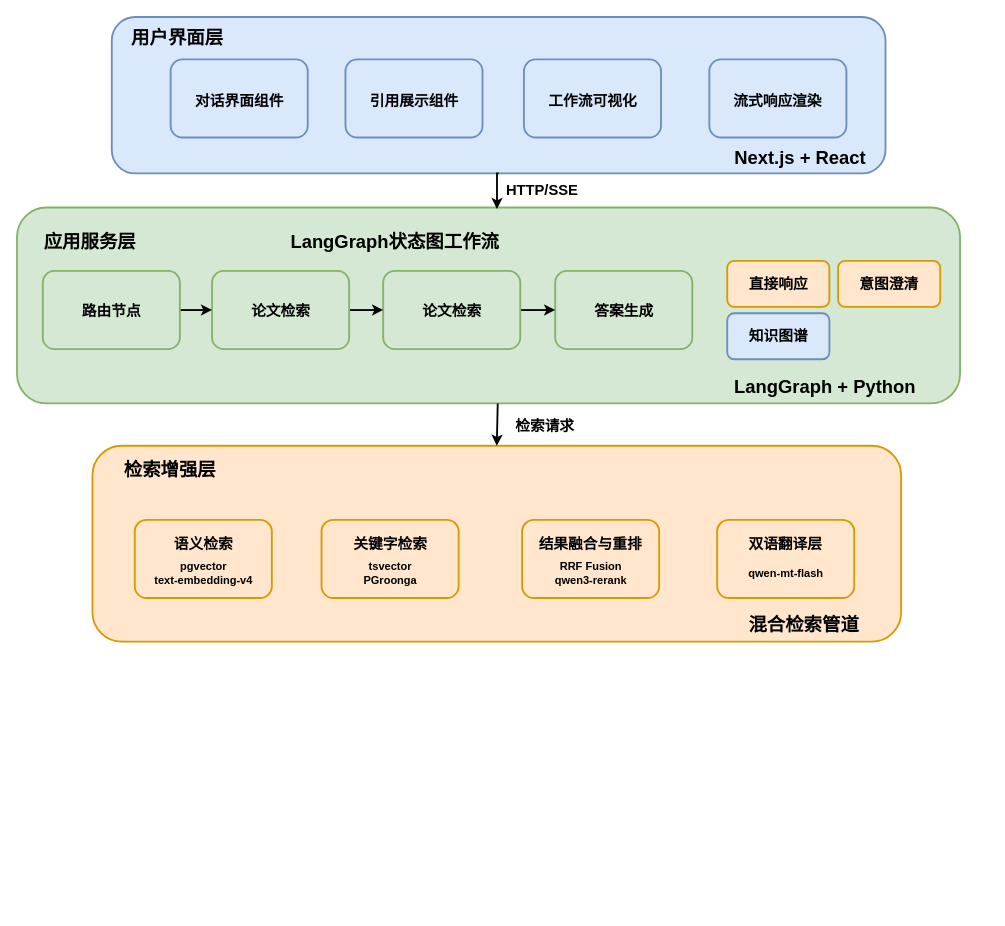
Before: diagrams/overall_system_architecture.drawio in real-jiakai/draw, a draw.io diagram. Source tidied: cells renumbered, new cells numbered last; positions are measured from the earlier drawing's top-left corner, leaving out a move shared by most shapes. Both pictures are drawn from the tidied source at 92%, with x=0, y=0 at pixel (17, 17).
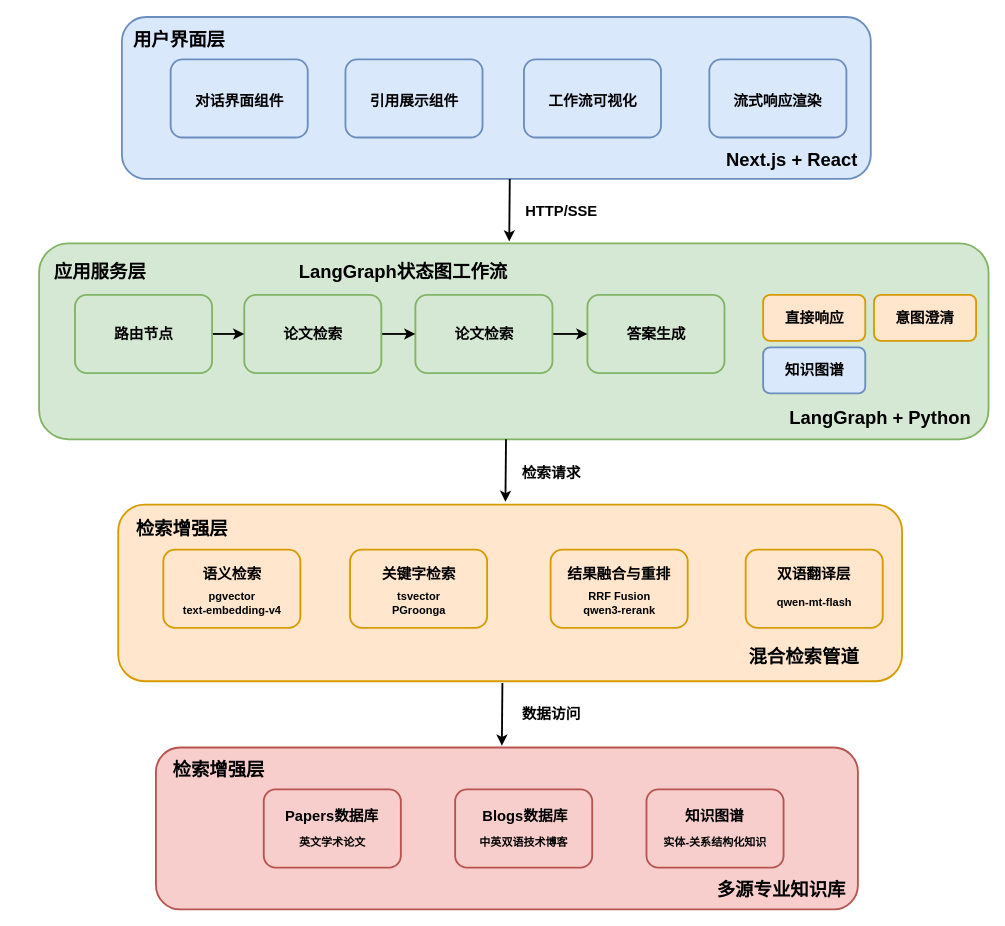
Above is the later version.

The edit, as a diff of the source:
```diff
@@
+    <mxCell id="53" style="rounded=1;whiteSpace=wrap;html=1;fillColor=#f8cecc;strokeColor=#b85450;strokeWidth=2;" parent="1" vertex="1">
+      <mxGeometry x="151" y="794" width="763" height="176" as="geometry" />
+    </mxCell>
+    <mxCell id="54" style="rounded=1;whiteSpace=wrap;html=1;strokeWidth=2;fillColor=#f8cecc;strokeColor=#b85450;" parent="1" vertex="1">
+      <mxGeometry x="684.2" y="839.5" width="149" height="85" as="geometry" />
+    </mxCell>
+    <mxCell id="55" style="rounded=1;whiteSpace=wrap;html=1;strokeWidth=2;fillColor=#f8cecc;strokeColor=#b85450;" parent="1" vertex="1">
+      <mxGeometry x="476.2" y="839.5" width="149" height="85" as="geometry" />
+    </mxCell>
     <mxCell id="2" style="rounded=1;whiteSpace=wrap;html=1;fillColor=#ffe6cc;strokeColor=#d79b00;strokeWidth=2;" parent="1" vertex="1">
-      <mxGeometry x="82" y="466" width="879" height="213" as="geometry" />
+      <mxGeometry x="110" y="530" width="852" height="192" as="geometry" />
     </mxCell>
     <mxCell id="3" style="rounded=1;whiteSpace=wrap;html=1;fillColor=#d5e8d4;strokeColor=#82b366;strokeWidth=2;" parent="1" vertex="1">
-      <mxGeometry y="207" width="1025" height="213" as="geometry" />
+      <mxGeometry x="24" y="246" width="1032" height="213" as="geometry" />
     </mxCell>
     <mxCell id="4" style="rounded=1;whiteSpace=wrap;html=1;strokeWidth=2;fillColor=#dae8fc;strokeColor=#6c8ebf;" parent="1" vertex="1">
-      <mxGeometry x="772" y="322" width="111" height="50" as="geometry" />
+      <mxGeometry x="811" y="359" width="111" height="50" as="geometry" />
     </mxCell>
     <mxCell id="5" style="rounded=1;whiteSpace=wrap;html=1;strokeWidth=2;fillColor=#ffe6cc;strokeColor=#d79b00;" parent="1" vertex="1">
-      <mxGeometry x="772" y="265" width="111" height="50" as="geometry" />
+      <mxGeometry x="811" y="302" width="111" height="50" as="geometry" />
     </mxCell>
     <mxCell id="6" style="rounded=1;whiteSpace=wrap;html=1;strokeWidth=2;fillColor=#ffe6cc;strokeColor=#d79b00;" parent="1" vertex="1">
-      <mxGeometry x="892.5" y="265" width="111" height="50" as="geometry" />
+      <mxGeometry x="931.5" y="302" width="111" height="50" as="geometry" />
     </mxCell>
     <mxCell id="7" style="rounded=1;whiteSpace=wrap;html=1;strokeWidth=2;fillColor=#d5e8d4;strokeColor=#82b366;" parent="1" vertex="1">
-      <mxGeometry x="585" y="276" width="149" height="85" as="geometry" />
+      <mxGeometry x="620" y="302" width="149" height="85" as="geometry" />
     </mxCell>
@@
     <mxCell id="9" style="rounded=1;whiteSpace=wrap;html=1;strokeWidth=2;fillColor=#d5e8d4;strokeColor=#82b366;" parent="1" vertex="1">
-      <mxGeometry x="398" y="276" width="149" height="85" as="geometry" />
+      <mxGeometry x="433" y="302" width="149" height="85" as="geometry" />
     </mxCell>
@@
     <mxCell id="11" style="rounded=1;whiteSpace=wrap;html=1;strokeWidth=2;fillColor=#d5e8d4;strokeColor=#82b366;" parent="1" vertex="1">
-      <mxGeometry x="212" y="276" width="149" height="85" as="geometry" />
+      <mxGeometry x="247" y="302" width="149" height="85" as="geometry" />
     </mxCell>
     <mxCell id="12" style="rounded=1;whiteSpace=wrap;html=1;fillColor=#dae8fc;strokeColor=#6c8ebf;strokeWidth=2;" parent="1" vertex="1">
-      <mxGeometry x="103" width="841" height="170" as="geometry" />
+      <mxGeometry x="114" width="814" height="176" as="geometry" />
     </mxCell>
@@
     <mxCell id="21" value="&lt;font style=&quot;font-size: 20px;&quot;&gt;&lt;b&gt;用户界面层&lt;/b&gt;&lt;/font&gt;" style="text;html=1;whiteSpace=wrap;strokeColor=none;fillColor=none;align=center;verticalAlign=middle;rounded=0;" parent="1" vertex="1">
-      <mxGeometry x="123" y="7" width="103" height="30" as="geometry" />
+      <mxGeometry x="125" y="9" width="103" height="30" as="geometry" />
     </mxCell>
     <mxCell id="22" value="&lt;span style=&quot;font-size: 20px;&quot;&gt;&lt;b&gt;Next.js + React&lt;/b&gt;&lt;/span&gt;" style="text;html=1;whiteSpace=wrap;strokeColor=none;fillColor=none;align=center;verticalAlign=middle;rounded=0;" parent="1" vertex="1">
-      <mxGeometry x="772" y="137" width="159" height="30" as="geometry" />
+      <mxGeometry x="763" y="139" width="159" height="30" as="geometry" />
     </mxCell>
@@
     <mxCell id="24" style="rounded=1;whiteSpace=wrap;html=1;strokeWidth=2;fillColor=#d5e8d4;strokeColor=#82b366;" parent="1" vertex="1">
-      <mxGeometry x="28" y="276" width="149" height="85" as="geometry" />
+      <mxGeometry x="63" y="302" width="149" height="85" as="geometry" />
     </mxCell>
     <mxCell id="25" value="&lt;span style=&quot;font-size: 16px;&quot;&gt;&lt;b&gt;路由节点&lt;/b&gt;&lt;/span&gt;" style="text;html=1;whiteSpace=wrap;strokeColor=none;fillColor=none;align=center;verticalAlign=middle;rounded=0;" parent="1" vertex="1">
-      <mxGeometry x="52.5" y="303.5" width="100" height="30" as="geometry" />
+      <mxGeometry x="87.5" y="329.5" width="100" height="30" as="geometry" />
     </mxCell>
     <mxCell id="26" value="&lt;span style=&quot;font-size: 16px;&quot;&gt;&lt;b&gt;论文检索&lt;/b&gt;&lt;/span&gt;" style="text;html=1;whiteSpace=wrap;strokeColor=none;fillColor=none;align=center;verticalAlign=middle;rounded=0;" parent="1" vertex="1">
-      <mxGeometry x="236.5" y="303.5" width="100" height="30" as="geometry" />
+      <mxGeometry x="271.5" y="329.5" width="100" height="30" as="geometry" />
     </mxCell>
     <mxCell id="27" value="&lt;span style=&quot;font-size: 16px;&quot;&gt;&lt;b&gt;论文检索&lt;/b&gt;&lt;/span&gt;" style="text;html=1;whiteSpace=wrap;strokeColor=none;fillColor=none;align=center;verticalAlign=middle;rounded=0;" parent="1" vertex="1">
-      <mxGeometry x="422.5" y="303.5" width="100" height="30" as="geometry" />
+      <mxGeometry x="457.5" y="329.5" width="100" height="30" as="geometry" />
     </mxCell>
     <mxCell id="28" value="&lt;span style=&quot;font-size: 16px;&quot;&gt;&lt;b&gt;答案生成&lt;/b&gt;&lt;/span&gt;" style="text;html=1;whiteSpace=wrap;strokeColor=none;fillColor=none;align=center;verticalAlign=middle;rounded=0;" parent="1" vertex="1">
-      <mxGeometry x="609.5" y="303.5" width="100" height="30" as="geometry" />
+      <mxGeometry x="644.5" y="329.5" width="100" height="30" as="geometry" />
     </mxCell>
     <mxCell id="29" value="&lt;span style=&quot;font-size: 16px;&quot;&gt;&lt;b&gt;直接响应&lt;/b&gt;&lt;/span&gt;" style="text;html=1;whiteSpace=wrap;strokeColor=none;fillColor=none;align=center;verticalAlign=middle;rounded=0;" parent="1" vertex="1">
-      <mxGeometry x="777.5" y="275" width="100" height="30" as="geometry" />
+      <mxGeometry x="816.5" y="312" width="100" height="30" as="geometry" />
     </mxCell>
     <mxCell id="30" value="&lt;span style=&quot;font-size: 16px;&quot;&gt;&lt;b&gt;意图澄清&lt;/b&gt;&lt;/span&gt;" style="text;html=1;whiteSpace=wrap;strokeColor=none;fillColor=none;align=center;verticalAlign=middle;rounded=0;" parent="1" vertex="1">
-      <mxGeometry x="898" y="275" width="100" height="30" as="geometry" />
+      <mxGeometry x="937" y="312" width="100" height="30" as="geometry" />
     </mxCell>
     <mxCell id="31" value="&lt;span style=&quot;font-size: 16px;&quot;&gt;&lt;b&gt;知识图谱&lt;/b&gt;&lt;/span&gt;" style="text;html=1;whiteSpace=wrap;strokeColor=none;fillColor=none;align=center;verticalAlign=middle;rounded=0;" parent="1" vertex="1">
-      <mxGeometry x="777.5" y="332" width="100" height="30" as="geometry" />
+      <mxGeometry x="816.5" y="369" width="100" height="30" as="geometry" />
     </mxCell>
     <mxCell id="32" value="&lt;span style=&quot;font-size: 20px;&quot;&gt;&lt;b&gt;应用服务层&lt;/b&gt;&lt;/span&gt;" style="text;html=1;whiteSpace=wrap;strokeColor=none;fillColor=none;align=center;verticalAlign=middle;rounded=0;" parent="1" vertex="1">
-      <mxGeometry x="28" y="229" width="103" height="30" as="geometry" />
+      <mxGeometry x="38.8" y="261" width="103" height="30" as="geometry" />
     </mxCell>
     <mxCell id="33" value="&lt;span style=&quot;font-size: 20px;&quot;&gt;&lt;b&gt;LangGraph + Python&lt;/b&gt;&lt;/span&gt;" style="text;html=1;whiteSpace=wrap;strokeColor=none;fillColor=none;align=center;verticalAlign=middle;rounded=0;" parent="1" vertex="1">
-      <mxGeometry x="777.5" y="386" width="201" height="30" as="geometry" />
+      <mxGeometry x="838" y="420" width="201" height="30" as="geometry" />
     </mxCell>
-    <mxCell id="34" style="edgeStyle=orthogonalEdgeStyle;rounded=0;jettySize=auto;html=1;exitX=0.5;exitY=1;exitDx=0;exitDy=0;entryX=0.509;entryY=0.008;entryDx=0;entryDy=0;entryPerimeter=0;strokeWidth=2;" parent="1" edge="1" source="12" target="3">
-      <mxGeometry relative="1" as="geometry" />
-    </mxCell>
     <mxCell id="35" value="&lt;b&gt;&lt;font style=&quot;font-size: 16px;&quot;&gt;HTTP/SSE&lt;/font&gt;&lt;/b&gt;" style="text;html=1;whiteSpace=wrap;strokeColor=none;fillColor=none;align=center;verticalAlign=middle;rounded=0;" parent="1" vertex="1">
-      <mxGeometry x="527" y="173" width="88" height="30" as="geometry" />
+      <mxGeometry x="548" y="196" width="88" height="30" as="geometry" />
     </mxCell>
     <mxCell id="36" value="&lt;b style=&quot;&quot;&gt;&lt;font style=&quot;font-size: 20px;&quot;&gt;LangGraph状态图工作流&lt;/font&gt;&lt;/b&gt;" style="text;html=1;whiteSpace=wrap;strokeColor=none;fillColor=none;align=center;verticalAlign=middle;rounded=0;" parent="1" vertex="1">
-      <mxGeometry x="295" y="229" width="232" height="30" as="geometry" />
+      <mxGeometry x="304" y="261" width="232" height="30" as="geometry" />
     </mxCell>
     <mxCell id="37" style="rounded=1;whiteSpace=wrap;html=1;strokeWidth=2;fillColor=#ffe6cc;strokeColor=#d79b00;" parent="1" vertex="1">
-      <mxGeometry x="128" y="546.5" width="149" height="85" as="geometry" />
+      <mxGeometry x="159" y="579" width="149" height="85" as="geometry" />
     </mxCell>
     <mxCell id="38" value="&lt;span style=&quot;font-size: 16px;&quot;&gt;&lt;b&gt;语义检索&lt;/b&gt;&lt;/span&gt;" style="text;html=1;whiteSpace=wrap;strokeColor=none;fillColor=none;align=center;verticalAlign=middle;rounded=0;" parent="1" vertex="1">
-      <mxGeometry x="152.5" y="557.5" width="100" height="30" as="geometry" />
+      <mxGeometry x="183.5" y="590" width="100" height="30" as="geometry" />
     </mxCell>
     <mxCell id="39" value="&lt;b&gt;pgvector&lt;/b&gt;&lt;div&gt;&lt;b&gt;text-embedding-v4&lt;/b&gt;&lt;/div&gt;" style="text;html=1;whiteSpace=wrap;strokeColor=none;fillColor=none;align=center;verticalAlign=middle;rounded=0;" parent="1" vertex="1">
-      <mxGeometry x="139.8" y="589.5" width="125.5" height="30" as="geometry" />
+      <mxGeometry x="170.8" y="622" width="125.5" height="30" as="geometry" />
     </mxCell>
     <mxCell id="40" style="rounded=1;whiteSpace=wrap;html=1;strokeWidth=2;fillColor=#ffe6cc;strokeColor=#d79b00;" parent="1" vertex="1">
-      <mxGeometry x="331" y="546.5" width="149" height="85" as="geometry" />
+      <mxGeometry x="362" y="579" width="149" height="85" as="geometry" />
     </mxCell>
     <mxCell id="41" value="&lt;span style=&quot;font-size: 16px;&quot;&gt;&lt;b&gt;关键字检索&lt;/b&gt;&lt;/span&gt;" style="text;html=1;whiteSpace=wrap;strokeColor=none;fillColor=none;align=center;verticalAlign=middle;rounded=0;" parent="1" vertex="1">
-      <mxGeometry x="355.5" y="557.5" width="100" height="30" as="geometry" />
+      <mxGeometry x="386.5" y="590" width="100" height="30" as="geometry" />
     </mxCell>
     <mxCell id="42" value="&lt;b&gt;tsvector&lt;/b&gt;&lt;div&gt;&lt;b&gt;PGroonga&lt;/b&gt;&lt;/div&gt;" style="text;html=1;whiteSpace=wrap;strokeColor=none;fillColor=none;align=center;verticalAlign=middle;rounded=0;" parent="1" vertex="1">
-      <mxGeometry x="342.8" y="589.5" width="125.5" height="30" as="geometry" />
+      <mxGeometry x="373.8" y="622" width="125.5" height="30" as="geometry" />
     </mxCell>
     <mxCell id="43" style="rounded=1;whiteSpace=wrap;html=1;strokeWidth=2;fillColor=#ffe6cc;strokeColor=#d79b00;" parent="1" vertex="1">
-      <mxGeometry x="549" y="546.5" width="149" height="85" as="geometry" />
+      <mxGeometry x="580" y="579" width="149" height="85" as="geometry" />
     </mxCell>
     <mxCell id="44" value="&lt;span style=&quot;font-size: 16px;&quot;&gt;&lt;b&gt;结果融合与重排&lt;/b&gt;&lt;/span&gt;" style="text;html=1;whiteSpace=wrap;strokeColor=none;fillColor=none;align=center;verticalAlign=middle;rounded=0;" parent="1" vertex="1">
-      <mxGeometry x="565.2" y="557.5" width="116.5" height="30" as="geometry" />
+      <mxGeometry x="596.2" y="590" width="116.5" height="30" as="geometry" />
     </mxCell>
     <mxCell id="45" value="&lt;b&gt;RRF Fusion&lt;/b&gt;&lt;div&gt;&lt;b&gt;qwen3-rerank&lt;/b&gt;&lt;/div&gt;" style="text;html=1;whiteSpace=wrap;strokeColor=none;fillColor=none;align=center;verticalAlign=middle;rounded=0;" parent="1" vertex="1">
-      <mxGeometry x="560.8" y="589.5" width="125.5" height="30" as="geometry" />
+      <mxGeometry x="591.8" y="622" width="125.5" height="30" as="geometry" />
     </mxCell>
     <mxCell id="46" style="rounded=1;whiteSpace=wrap;html=1;strokeWidth=2;fillColor=#ffe6cc;strokeColor=#d79b00;" parent="1" vertex="1">
-      <mxGeometry x="761" y="546.5" width="149" height="85" as="geometry" />
+      <mxGeometry x="792" y="579" width="149" height="85" as="geometry" />
     </mxCell>
     <mxCell id="47" value="&lt;span style=&quot;font-size: 16px;&quot;&gt;&lt;b&gt;双语翻译层&lt;/b&gt;&lt;/span&gt;" style="text;html=1;whiteSpace=wrap;strokeColor=none;fillColor=none;align=center;verticalAlign=middle;rounded=0;" parent="1" vertex="1">
-      <mxGeometry x="777.2" y="557.5" width="116.5" height="30" as="geometry" />
+      <mxGeometry x="808.2" y="590" width="116.5" height="30" as="geometry" />
     </mxCell>
     <mxCell id="48" value="&lt;b&gt;qwen-mt-flash&lt;/b&gt;" style="text;html=1;whiteSpace=wrap;strokeColor=none;fillColor=none;align=center;verticalAlign=middle;rounded=0;" parent="1" vertex="1">
-      <mxGeometry x="772.8" y="589.5" width="125.5" height="30" as="geometry" />
+      <mxGeometry x="803.8" y="622" width="125.5" height="30" as="geometry" />
     </mxCell>
     <mxCell id="49" value="&lt;span style=&quot;font-size: 20px;&quot;&gt;&lt;b&gt;混合检索管道&lt;/b&gt;&lt;/span&gt;" style="text;html=1;whiteSpace=wrap;strokeColor=none;fillColor=none;align=center;verticalAlign=middle;rounded=0;" parent="1" vertex="1">
-      <mxGeometry x="792" y="644.5" width="127" height="30" as="geometry" />
+      <mxGeometry x="792" y="680" width="127" height="30" as="geometry" />
     </mxCell>
     <mxCell id="50" value="&lt;span style=&quot;font-size: 20px;&quot;&gt;&lt;b&gt;检索增强层&lt;/b&gt;&lt;/span&gt;" style="text;html=1;whiteSpace=wrap;strokeColor=none;fillColor=none;align=center;verticalAlign=middle;rounded=0;" parent="1" vertex="1">
-      <mxGeometry x="115" y="475.5" width="103" height="30" as="geometry" />
+      <mxGeometry x="128" y="540" width="103" height="30" as="geometry" />
     </mxCell>
-    <mxCell id="51" style="endArrow=classic;html=1;rounded=0;entryX=0.5;entryY=0;entryDx=0;entryDy=0;strokeWidth=2;" parent="1" edge="1" target="2">
+    <mxCell id="51" style="endArrow=classic;html=1;rounded=0;strokeWidth=2;" parent="1" edge="1">
       <mxGeometry relative="1" as="geometry">
-        <mxPoint x="522.5" y="420" as="sourcePoint" />
+        <mxPoint x="535.6" y="176" as="sourcePoint" />
+        <mxPoint x="535" y="244" as="targetPoint" />
       </mxGeometry>
     </mxCell>
     <mxCell id="52" value="&lt;span style=&quot;font-size: 16px;&quot;&gt;&lt;b&gt;检索请求&lt;/b&gt;&lt;/span&gt;" style="text;html=1;whiteSpace=wrap;strokeColor=none;fillColor=none;align=center;verticalAlign=middle;rounded=0;" parent="1" vertex="1">
-      <mxGeometry x="530" y="429" width="88" height="30" as="geometry" />
+      <mxGeometry x="537.2" y="481" width="88" height="30" as="geometry" />
     </mxCell>
+    <mxCell id="56" style="rounded=1;whiteSpace=wrap;html=1;strokeWidth=2;fillColor=#f8cecc;strokeColor=#b85450;" parent="1" vertex="1">
+      <mxGeometry x="268.2" y="839.5" width="149" height="85" as="geometry" />
+    </mxCell>
+    <mxCell id="57" value="&lt;span style=&quot;font-size: 16px;&quot;&gt;&lt;b&gt;Papers数据库&lt;/b&gt;&lt;/span&gt;" style="text;html=1;whiteSpace=wrap;strokeColor=none;fillColor=none;align=center;verticalAlign=middle;rounded=0;" parent="1" vertex="1">
+      <mxGeometry x="286.2" y="852.5" width="113" height="30" as="geometry" />
+    </mxCell>
+    <mxCell id="58" value="&lt;b&gt;英文学术论文&lt;/b&gt;" style="text;html=1;whiteSpace=wrap;strokeColor=none;fillColor=none;align=center;verticalAlign=middle;rounded=0;" parent="1" vertex="1">
+      <mxGeometry x="280" y="882.5" width="125.5" height="30" as="geometry" />
+    </mxCell>
+    <mxCell id="59" value="&lt;span style=&quot;font-size: 16px;&quot;&gt;&lt;b&gt;Blogs数据库&lt;/b&gt;&lt;/span&gt;" style="text;html=1;whiteSpace=wrap;strokeColor=none;fillColor=none;align=center;verticalAlign=middle;rounded=0;" parent="1" vertex="1">
+      <mxGeometry x="496.2" y="852.5" width="113" height="30" as="geometry" />
+    </mxCell>
+    <mxCell id="60" value="&lt;b&gt;中英双语技术博客&lt;/b&gt;" style="text;html=1;whiteSpace=wrap;strokeColor=none;fillColor=none;align=center;verticalAlign=middle;rounded=0;" parent="1" vertex="1">
+      <mxGeometry x="488" y="882.5" width="125.5" height="30" as="geometry" />
+    </mxCell>
+    <mxCell id="61" value="&lt;span style=&quot;font-size: 16px;&quot;&gt;&lt;b&gt;知识图谱&lt;/b&gt;&lt;/span&gt;" style="text;html=1;whiteSpace=wrap;strokeColor=none;fillColor=none;align=center;verticalAlign=middle;rounded=0;" parent="1" vertex="1">
+      <mxGeometry x="702.2" y="852.5" width="113" height="30" as="geometry" />
+    </mxCell>
+    <mxCell id="62" value="&lt;b&gt;实体-关系结构化知识&lt;/b&gt;" style="text;html=1;whiteSpace=wrap;strokeColor=none;fillColor=none;align=center;verticalAlign=middle;rounded=0;" parent="1" vertex="1">
+      <mxGeometry x="696" y="882.5" width="125.5" height="30" as="geometry" />
+    </mxCell>
+    <mxCell id="63" value="&lt;span style=&quot;font-size: 20px;&quot;&gt;&lt;b&gt;多源专业知识库&lt;/b&gt;&lt;/span&gt;" style="text;html=1;whiteSpace=wrap;strokeColor=none;fillColor=none;align=center;verticalAlign=middle;rounded=0;" parent="1" vertex="1">
+      <mxGeometry x="756.2" y="933" width="149.8" height="30" as="geometry" />
+    </mxCell>
+    <mxCell id="64" value="&lt;span style=&quot;font-size: 20px;&quot;&gt;&lt;b&gt;检索增强层&lt;/b&gt;&lt;/span&gt;" style="text;html=1;whiteSpace=wrap;strokeColor=none;fillColor=none;align=center;verticalAlign=middle;rounded=0;" parent="1" vertex="1">
+      <mxGeometry x="168.2" y="803" width="103" height="30" as="geometry" />
+    </mxCell>
+    <mxCell id="65" value="&lt;span style=&quot;font-size: 16px;&quot;&gt;&lt;b&gt;数据访问&lt;/b&gt;&lt;/span&gt;" style="text;html=1;whiteSpace=wrap;strokeColor=none;fillColor=none;align=center;verticalAlign=middle;rounded=0;" parent="1" vertex="1">
+      <mxGeometry x="537.2" y="743" width="88" height="30" as="geometry" />
+    </mxCell>
+    <mxCell id="66" style="endArrow=classic;html=1;rounded=0;strokeWidth=2;" parent="1" edge="1">
+      <mxGeometry relative="1" as="geometry">
+        <mxPoint x="531.5" y="459" as="sourcePoint" />
+        <mxPoint x="530.9" y="527" as="targetPoint" />
+      </mxGeometry>
+    </mxCell>
+    <mxCell id="67" style="endArrow=classic;html=1;rounded=0;strokeWidth=2;" parent="1" edge="1">
+      <mxGeometry relative="1" as="geometry">
+        <mxPoint x="527.6" y="724" as="sourcePoint" />
+        <mxPoint x="527" y="792" as="targetPoint" />
+      </mxGeometry>
+    </mxCell>
```
